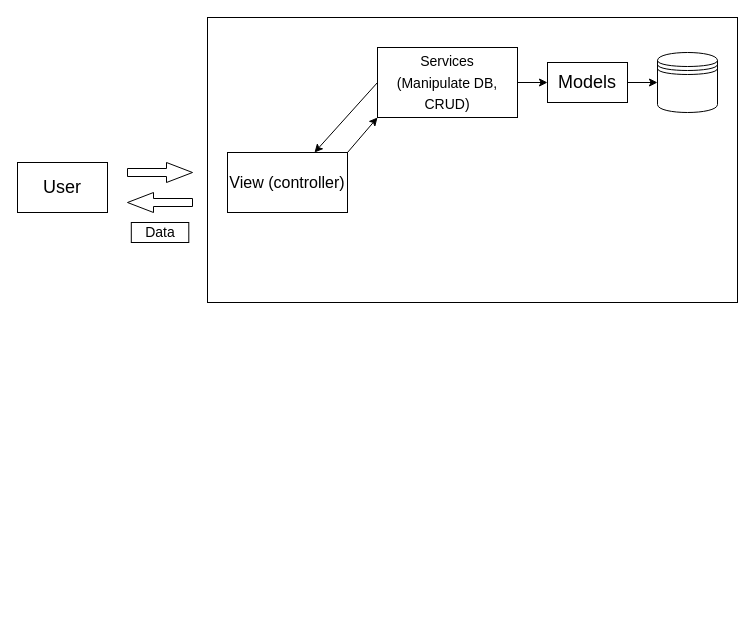
This is docs/MTV.drawio from vasilisalmpanis/ft_trancendence, a draw.io file, before an edit. Source tidied: cells renumbered, new cells numbered last; positions are measured from the earlier drawing's top-left corner, leaving out a move shared by most shapes. Both pictures are drawn from the tidied source at 100%, with x=0, y=0 at pixel (17, 17).
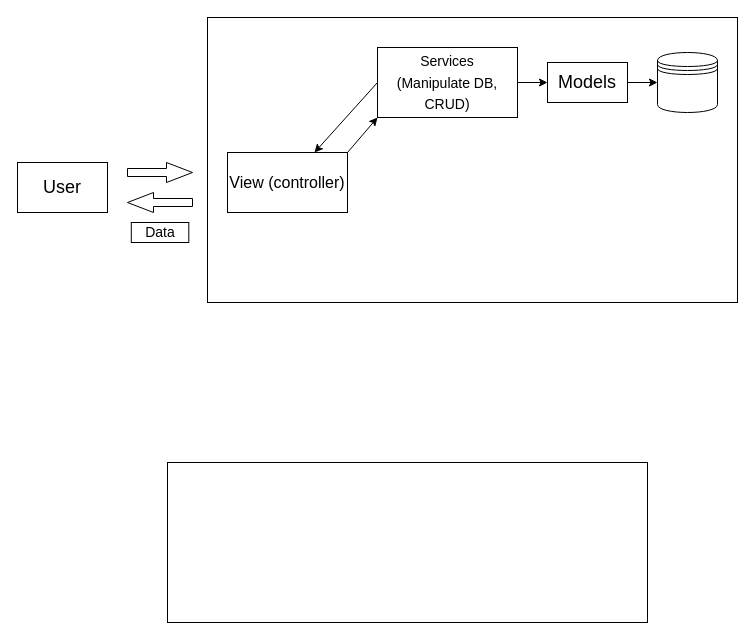
After the change.

Diff of the diagram source:
```diff
@@
 <mxGraphModel>
   <root>
     <mxCell id="0" />
     <mxCell id="1" parent="0" />
     <mxCell id="2" value="&lt;font style=&quot;font-size: 18px;&quot;&gt;User&lt;/font&gt;" style="whiteSpace=wrap;html=1;" parent="1" vertex="1">
       <mxGeometry y="145" width="90" height="50" as="geometry" />
     </mxCell>
     <mxCell id="3" style="shape=singleArrow;whiteSpace=wrap;html=1;arrowWidth=0.4;arrowSize=0.4;" parent="1" vertex="1">
       <mxGeometry x="110" y="145" width="65" height="20" as="geometry" />
     </mxCell>
     <mxCell id="4" style="whiteSpace=wrap;html=1;" parent="1" vertex="1">
       <mxGeometry x="190" width="530" height="285" as="geometry" />
     </mxCell>
     <mxCell id="5" style="edgeStyle=none;html=1;exitX=1;exitY=0;exitDx=0;exitDy=0;entryX=0;entryY=1;entryDx=0;entryDy=0;fontSize=14;" parent="1" edge="1" source="6" target="12">
       <mxGeometry relative="1" as="geometry" />
     </mxCell>
     <mxCell id="6" value="&lt;font size=&quot;3&quot;&gt;View (controller)&lt;/font&gt;" style="whiteSpace=wrap;html=1;" parent="1" vertex="1">
       <mxGeometry x="210" y="135" width="120" height="60" as="geometry" />
     </mxCell>
     <mxCell id="7" style="shape=datastore;whiteSpace=wrap;html=1;fontSize=18;" parent="1" vertex="1">
       <mxGeometry x="640" y="35" width="60" height="60" as="geometry" />
     </mxCell>
     <mxCell id="8" style="edgeStyle=none;html=1;entryX=0;entryY=0.5;entryDx=0;entryDy=0;fontSize=18;" parent="1" edge="1" source="9" target="7">
       <mxGeometry relative="1" as="geometry" />
     </mxCell>
     <mxCell id="9" value="Models" style="whiteSpace=wrap;html=1;fontSize=18;" parent="1" vertex="1">
       <mxGeometry x="530" y="45" width="80" height="40" as="geometry" />
     </mxCell>
     <mxCell id="10" style="edgeStyle=none;html=1;fontSize=14;" parent="1" edge="1" source="12" target="9">
       <mxGeometry relative="1" as="geometry" />
     </mxCell>
     <mxCell id="11" style="edgeStyle=none;html=1;exitX=0;exitY=0.5;exitDx=0;exitDy=0;fontSize=14;" parent="1" edge="1" source="12" target="6">
       <mxGeometry relative="1" as="geometry" />
     </mxCell>
     <mxCell id="12" value="&lt;font style=&quot;font-size: 14px;&quot;&gt;Services&lt;br&gt;(Manipulate DB, CRUD)&lt;/font&gt;" style="whiteSpace=wrap;html=1;fontSize=18;" parent="1" vertex="1">
       <mxGeometry x="360" y="30" width="140" height="70" as="geometry" />
     </mxCell>
     <mxCell id="13" style="shape=singleArrow;whiteSpace=wrap;html=1;arrowWidth=0.4;arrowSize=0.4;rotation=-180;" parent="1" vertex="1">
       <mxGeometry x="110" y="175" width="65" height="20" as="geometry" />
     </mxCell>
     <mxCell id="14" value="Data&lt;br&gt;" style="whiteSpace=wrap;html=1;fontSize=14;" parent="1" vertex="1">
       <mxGeometry x="113.8" y="205" width="57.5" height="20" as="geometry" />
     </mxCell>
+    <mxCell id="15" style="whiteSpace=wrap;html=1;align=left;" parent="1" vertex="1">
+      <mxGeometry x="150" y="445" width="480" height="160" as="geometry" />
+    </mxCell>
   </root>
 </mxGraphModel>
```
